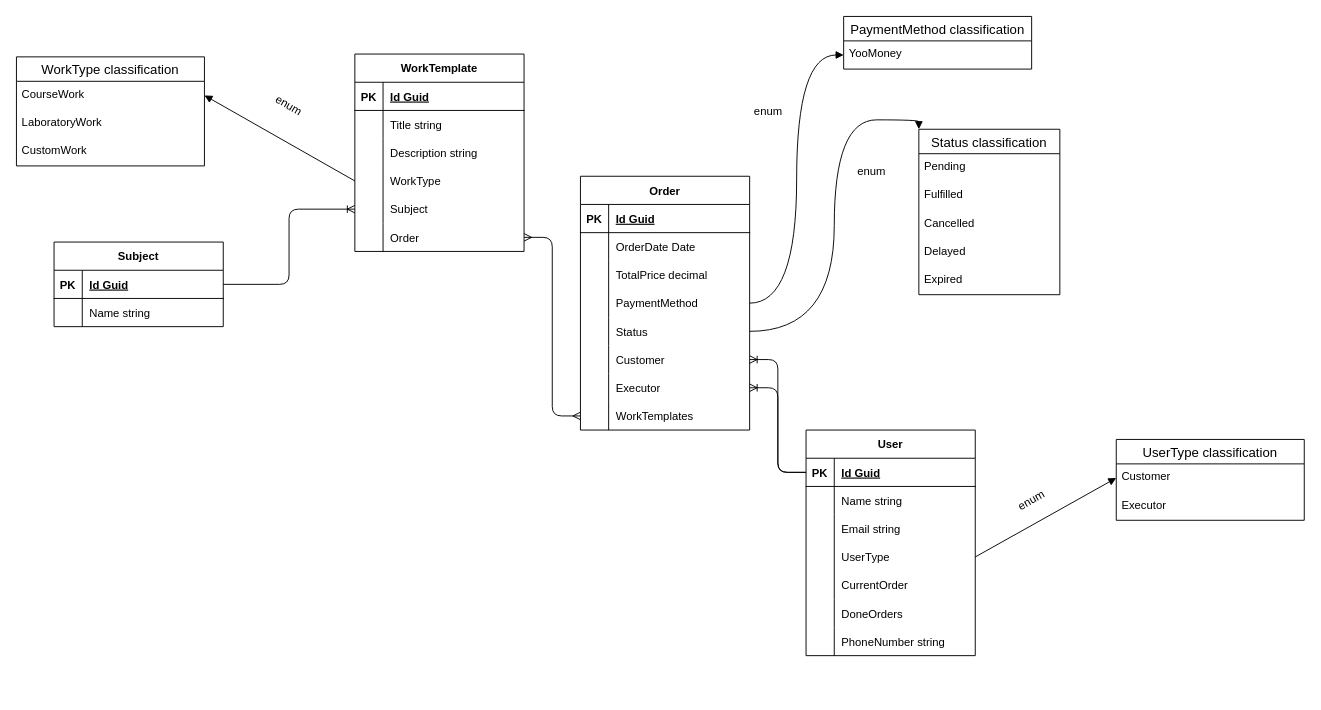
Above: architecture/database overview.drawio in mxdnxghts/ScienceAtrium (draw.io), before the change. Source tidied: cells renumbered, new cells numbered last; positions are measured from the earlier drawing's top-left corner, leaving out a move shared by most shapes. Both pictures are drawn from the tidied source at 94%, with x=0, y=0 at pixel (16, 16).
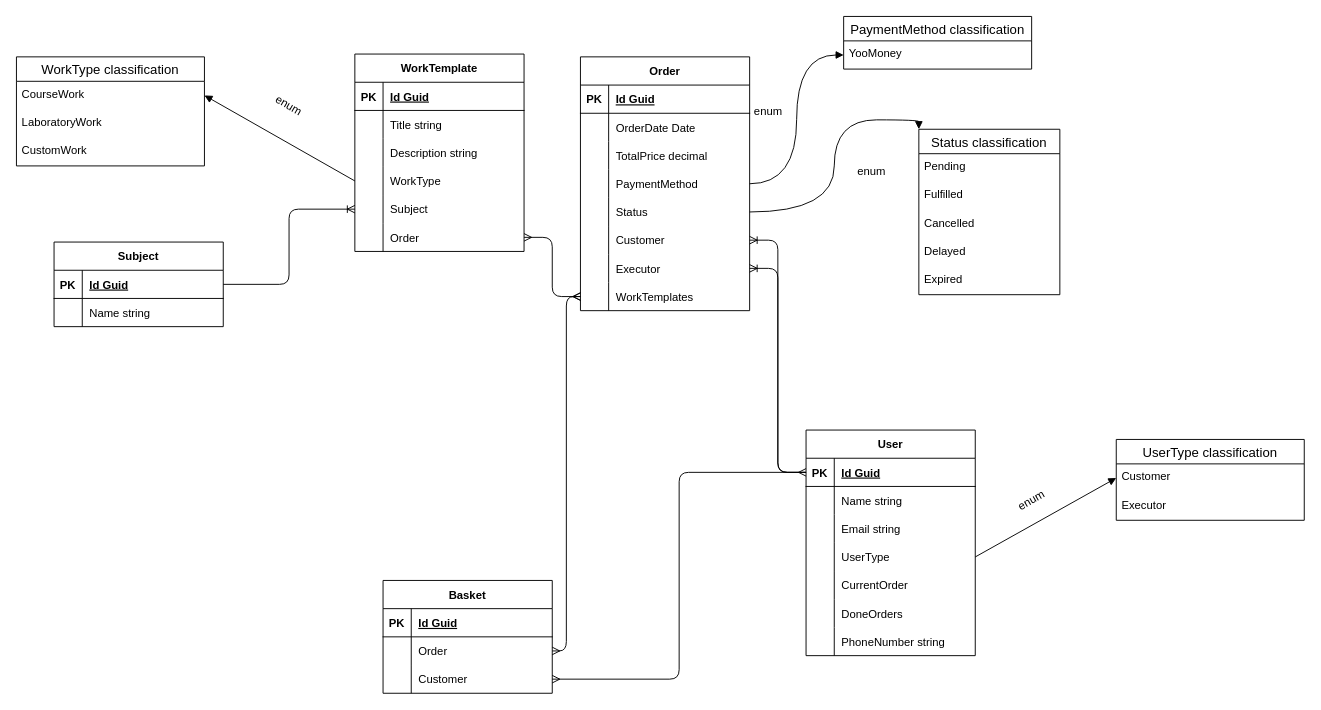
The same diagram, later.

Commit message (it also covers changes not shown here):
Changed redirection after order creation.

Unchanged cells that the change refers to:
```xml
<mxCell id="24" style="shape=tableRow;horizontal=0;startSize=0;swimlaneHead=0;swimlaneBody=0;fillColor=none;points=[[0,0.5],[1,0.5]];portConstraint=eastwest;top=0;left=0;right=0;bottom=0;" parent="2" vertex="1">
  <mxGeometry y="240" width="180" height="30" as="geometry" />
</mxCell>
<mxCell id="69" style="shape=tableRow;horizontal=0;startSize=0;swimlaneHead=0;swimlaneBody=0;fillColor=none;points=[[0,0.5],[1,0.5]];portConstraint=eastwest;top=0;left=0;right=0;bottom=1;" parent="68" vertex="1">
  <mxGeometry y="30" width="180" height="30" as="geometry" />
</mxCell>
```

The edit, as a diff of the source:
```diff
@@
     <mxCell id="2" value="Order" style="shape=table;startSize=30;childLayout=tableLayout;rowLines=0;fontStyle=1;align=center;" parent="1" vertex="1">
-      <mxGeometry x="600" y="170" width="180" height="270" as="geometry" />
+      <mxGeometry x="600" y="43" width="180" height="270" as="geometry" />
     </mxCell>
@@
+    <mxCell id="102" value="Basket" style="shape=table;startSize=30;childLayout=tableLayout;rowLines=0;fontStyle=1;align=center;" parent="1" vertex="1">
+      <mxGeometry x="390" y="600" width="180" height="120" as="geometry" />
+    </mxCell>
+    <mxCell id="103" style="shape=tableRow;horizontal=0;startSize=0;swimlaneHead=0;swimlaneBody=0;fillColor=none;top=0;left=0;right=0;bottom=1;" parent="102" vertex="1">
+      <mxGeometry y="30" width="180" height="30" as="geometry" />
+    </mxCell>
+    <mxCell id="104" value="PK" style="shape=partialRectangle;fillColor=none;top=0;left=0;bottom=0;right=0;fontStyle=1;overflow=hidden;" parent="103" vertex="1">
+      <mxGeometry width="30" height="30" as="geometry" />
+    </mxCell>
+    <mxCell id="105" value="Id Guid" style="shape=partialRectangle;fillColor=none;top=0;left=0;bottom=0;right=0;align=left;spacingLeft=6;fontStyle=5;overflow=hidden;" parent="103" vertex="1">
+      <mxGeometry x="30" width="150" height="30" as="geometry" />
+    </mxCell>
+    <mxCell id="106" style="shape=tableRow;horizontal=0;startSize=0;swimlaneHead=0;swimlaneBody=0;fillColor=none;points=[[0,0.5],[1,0.5]];portConstraint=eastwest;top=0;left=0;right=0;bottom=0;" parent="102" vertex="1">
+      <mxGeometry y="60" width="180" height="30" as="geometry" />
+    </mxCell>
+    <mxCell id="107" style="shape=partialRectangle;fillColor=none;top=0;left=0;bottom=0;right=0;overflow=hidden;" parent="106" vertex="1">
+      <mxGeometry width="30" height="30" as="geometry" />
+    </mxCell>
+    <mxCell id="108" value="Order" style="shape=partialRectangle;fillColor=none;top=0;left=0;bottom=0;right=0;align=left;spacingLeft=6;overflow=hidden;" parent="106" vertex="1">
+      <mxGeometry x="30" width="150" height="30" as="geometry" />
+    </mxCell>
+    <mxCell id="109" style="shape=tableRow;horizontal=0;startSize=0;swimlaneHead=0;swimlaneBody=0;fillColor=none;points=[[0,0.5],[1,0.5]];portConstraint=eastwest;top=0;left=0;right=0;bottom=0;" parent="102" vertex="1">
+      <mxGeometry y="90" width="180" height="30" as="geometry" />
+    </mxCell>
+    <mxCell id="110" style="shape=partialRectangle;fillColor=none;top=0;left=0;bottom=0;right=0;overflow=hidden;" parent="109" vertex="1">
+      <mxGeometry width="30" height="30" as="geometry" />
+    </mxCell>
+    <mxCell id="111" value="Customer" style="shape=partialRectangle;fillColor=none;top=0;left=0;bottom=0;right=0;align=left;spacingLeft=6;overflow=hidden;" parent="109" vertex="1">
+      <mxGeometry x="30" width="150" height="30" as="geometry" />
+    </mxCell>
+    <mxCell id="112" style="edgeStyle=orthogonalEdgeStyle;fontSize=12;html=1;endArrow=ERmany;startArrow=ERmany;exitX=1;exitY=0.5;exitDx=0;exitDy=0;entryX=0;entryY=0.5;entryDx=0;entryDy=0;" parent="1" edge="1" source="109" target="69">
+      <mxGeometry relative="1" as="geometry" />
+    </mxCell>
+    <mxCell id="113" style="edgeStyle=orthogonalEdgeStyle;fontSize=12;html=1;endArrow=ERmany;startArrow=ERmany;exitX=1;exitY=0.5;exitDx=0;exitDy=0;entryX=0;entryY=0.5;entryDx=0;entryDy=0;" parent="1" edge="1" source="106" target="24">
+      <mxGeometry relative="1" as="geometry" />
+    </mxCell>
```
